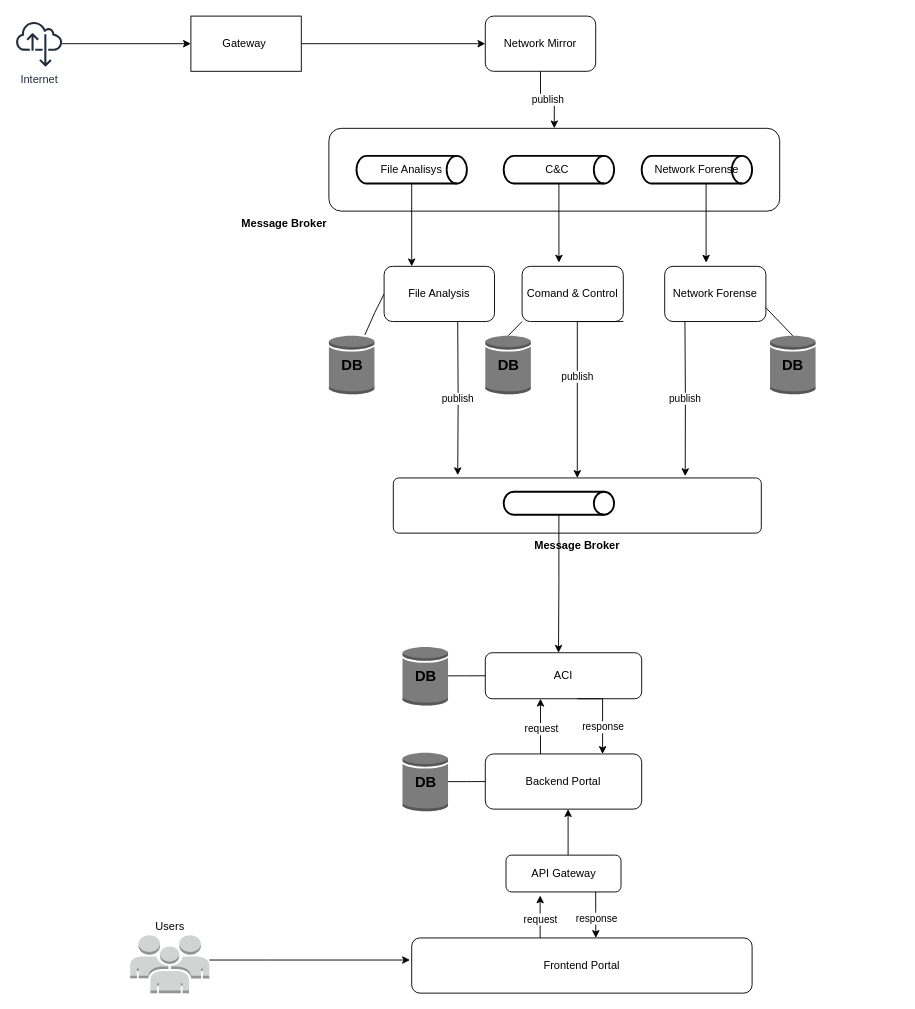
This is Untitled Diagram.drawio from wendersonsouza/CyberFortNexus, a draw.io file, before an edit. Source tidied: cells renumbered, new cells numbered last; positions are measured from the earlier drawing's top-left corner, leaving out a move shared by most shapes. Both pictures are drawn from the tidied source at 92%, with x=0, y=0 at pixel (16, 16).
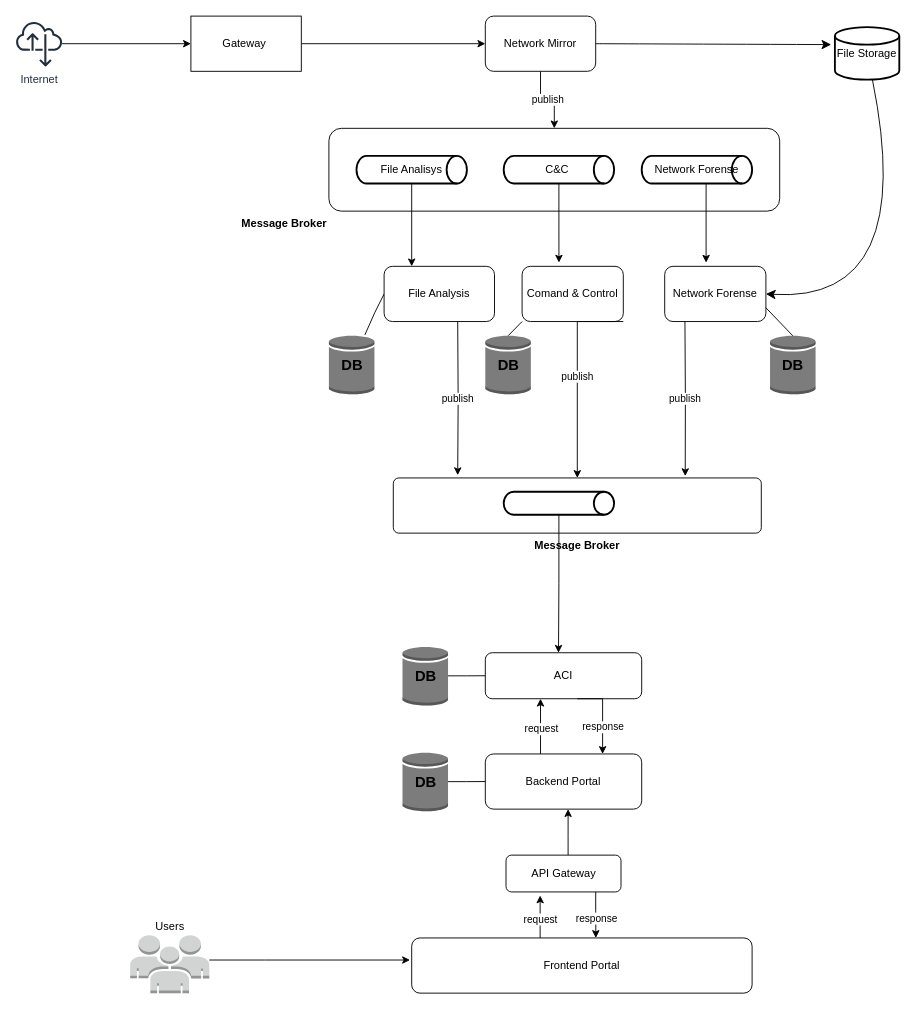
Above is the later version.

Unchanged cells that the change refers to:
```xml
<mxCell id="7" value="Network Mirror" style="rounded=1;whiteSpace=wrap;html=1;" parent="1" vertex="1">
  <mxGeometry x="510" width="120" height="60" as="geometry" />
</mxCell>
<mxCell id="18" value="Network Forense" style="rounded=1;whiteSpace=wrap;html=1;" parent="1" vertex="1">
  <mxGeometry x="705" y="272" width="110" height="60" as="geometry" />
</mxCell>
```

The edit, as a diff of the source:
```diff
@@
+    <mxCell id="50" style="edgeStyle=none;curved=1;rounded=0;jettySize=auto;html=1;entryX=1;entryY=0.5;entryDx=0;entryDy=0;fontSize=12;startSize=8;endSize=8;" parent="1" edge="1" source="51" target="18">
+      <mxGeometry relative="1" as="geometry">
+        <Array as="points">
+          <mxPoint x="980" y="312" />
+        </Array>
+      </mxGeometry>
+    </mxCell>
+    <mxCell id="51" value="File Storage" style="strokeWidth=2;html=1;shape=mxgraph.flowchart.database;whiteSpace=wrap;" parent="1" vertex="1">
+      <mxGeometry x="890" y="12" width="70" height="57" as="geometry" />
+    </mxCell>
+    <mxCell id="52" style="edgeStyle=none;curved=1;rounded=0;jettySize=auto;html=1;exitX=1;exitY=0.5;exitDx=0;exitDy=0;entryX=-0.057;entryY=0.333;entryDx=0;entryDy=0;entryPerimeter=0;fontSize=12;startSize=8;endSize=8;" parent="1" edge="1" source="7" target="51">
+      <mxGeometry relative="1" as="geometry" />
+    </mxCell>
```
